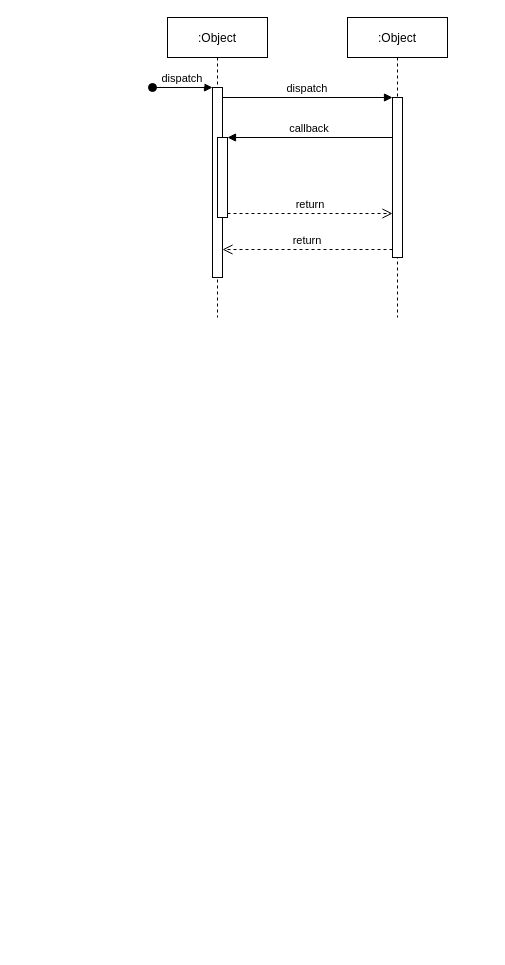
Earlier version of the draw.io diagram raycloud/订单同步.drawio (WallXue/diagrams). Source tidied: cells renumbered, new cells numbered last; positions are measured from the earlier drawing's top-left corner, leaving out a move shared by most shapes. Both pictures are drawn from the tidied source at 100%, with x=0, y=0 at pixel (152, 17).
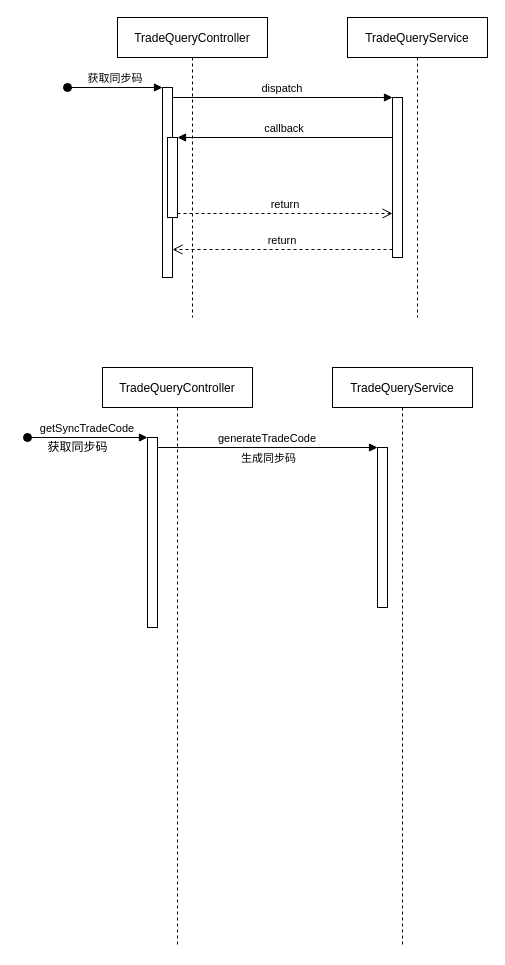
The same page after the edit.

The change refers to these unchanged cells:
```xml
<mxCell id="3" style="points=[];perimeter=orthogonalPerimeter;rounded=0;shadow=0;strokeWidth=1;" parent="2" vertex="1">
  <mxGeometry x="45" y="70" width="10" height="190" as="geometry" />
</mxCell>
```

Diff of the diagram source:
```diff
@@
-    <mxCell id="2" value=":Object" style="shape=umlLifeline;perimeter=lifelinePerimeter;rounded=0;shadow=0;strokeWidth=1;" parent="1" vertex="1">
-      <mxGeometry x="15" width="100" height="300" as="geometry" />
+    <mxCell id="2" value="TradeQueryController" style="shape=umlLifeline;perimeter=lifelinePerimeter;rounded=0;shadow=0;strokeWidth=1;" parent="1" vertex="1">
+      <mxGeometry x="-35" width="150" height="300" as="geometry" />
     </mxCell>
@@
-    <mxCell id="4" value="dispatch" style="verticalAlign=bottom;startArrow=oval;endArrow=block;startSize=8;shadow=0;strokeWidth=1;" parent="2" edge="1" target="3">
+    <mxCell id="4" value="获取同步码" style="verticalAlign=bottom;startArrow=oval;endArrow=block;startSize=8;shadow=0;strokeWidth=1;" parent="2" edge="1" target="3">
       <mxGeometry relative="1" as="geometry">
-        <mxPoint x="-15" y="70" as="sourcePoint" />
+        <mxPoint x="-50" y="70" as="sourcePoint" />
       </mxGeometry>
     </mxCell>
@@
-    <mxCell id="6" value=":Object" style="shape=umlLifeline;perimeter=lifelinePerimeter;rounded=0;shadow=0;strokeWidth=1;" parent="1" vertex="1">
-      <mxGeometry x="195" width="100" height="300" as="geometry" />
+    <mxCell id="6" value="TradeQueryService" style="shape=umlLifeline;perimeter=lifelinePerimeter;rounded=0;shadow=0;strokeWidth=1;" parent="1" vertex="1">
+      <mxGeometry x="195" width="140" height="300" as="geometry" />
     </mxCell>
@@
+    <mxCell id="12" value="TradeQueryController" style="shape=umlLifeline;perimeter=lifelinePerimeter;rounded=0;shadow=0;strokeWidth=1;" parent="1" vertex="1">
+      <mxGeometry x="-50" y="350" width="150" height="580" as="geometry" />
+    </mxCell>
+    <mxCell id="13" style="points=[];perimeter=orthogonalPerimeter;rounded=0;shadow=0;strokeWidth=1;" parent="12" vertex="1">
+      <mxGeometry x="45" y="70" width="10" height="190" as="geometry" />
+    </mxCell>
+    <mxCell id="14" value="getSyncTradeCode" style="verticalAlign=bottom;startArrow=oval;endArrow=block;startSize=8;shadow=0;strokeWidth=1;" parent="12" edge="1" target="13">
+      <mxGeometry relative="1" as="geometry">
+        <mxPoint x="-75" y="70" as="sourcePoint" />
+      </mxGeometry>
+    </mxCell>
+    <mxCell id="15" value="TradeQueryService" style="shape=umlLifeline;perimeter=lifelinePerimeter;rounded=0;shadow=0;strokeWidth=1;" parent="1" vertex="1">
+      <mxGeometry x="180" y="350" width="140" height="580" as="geometry" />
+    </mxCell>
+    <mxCell id="16" style="points=[];perimeter=orthogonalPerimeter;rounded=0;shadow=0;strokeWidth=1;" parent="15" vertex="1">
+      <mxGeometry x="45" y="80" width="10" height="160" as="geometry" />
+    </mxCell>
+    <mxCell id="17" value="generateTradeCode" style="verticalAlign=bottom;endArrow=block;entryX=0;entryY=0;shadow=0;strokeWidth=1;" parent="1" edge="1" source="13" target="16">
+      <mxGeometry relative="1" as="geometry" />
+    </mxCell>
+    <mxCell id="18" value="生成同步码" style="edgeLabel;html=1;align=center;verticalAlign=middle;" parent="17" vertex="1">
+      <mxGeometry x="-0.09" y="-1" relative="1" as="geometry">
+        <mxPoint x="10" y="9" as="offset" />
+      </mxGeometry>
+    </mxCell>
+    <mxCell id="19" value="获取同步码" style="text;html=1;align=center;verticalAlign=middle;strokeColor=none;" parent="1" vertex="1">
+      <mxGeometry x="-115" y="420" width="80" height="20" as="geometry" />
+    </mxCell>
```
